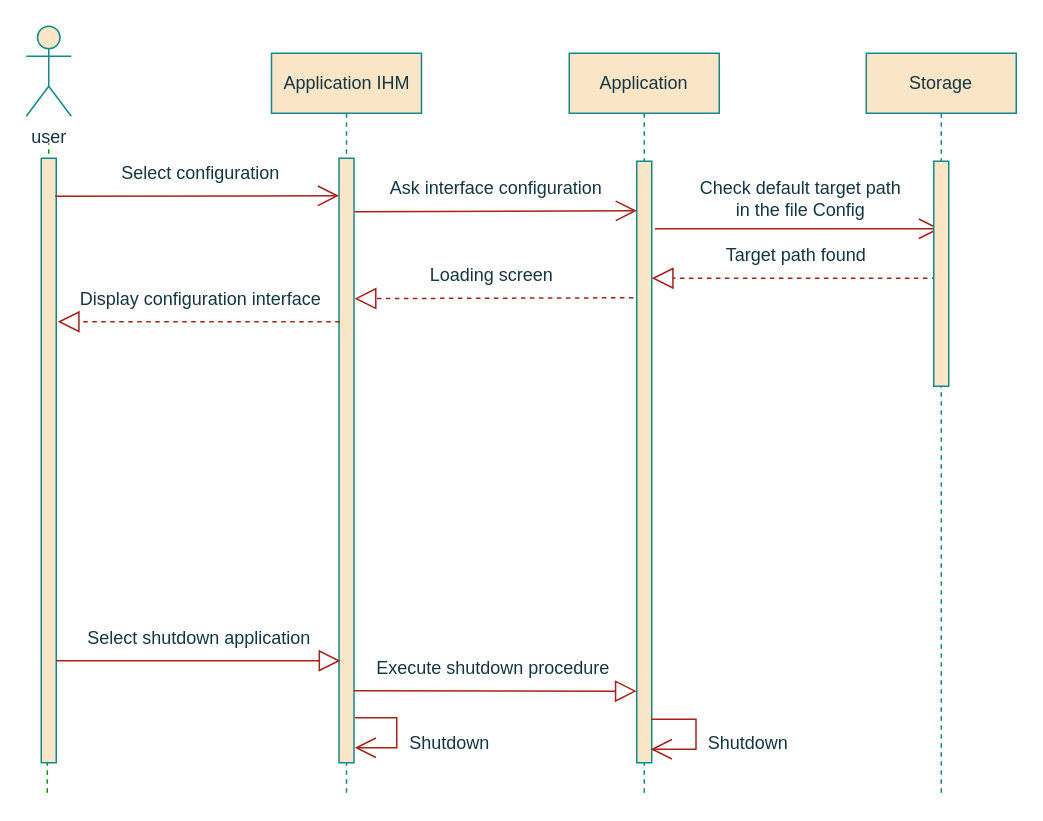
This is EasySave3.0 Configuration.drawio from Weicheng178/UML, a draw.io file, before an edit. Source tidied: cells renumbered, new cells numbered last; positions are measured from the earlier drawing's top-left corner, leaving out a move shared by most shapes. Both pictures are drawn from the tidied source at 150%, with x=0, y=0 at pixel (26, 26).
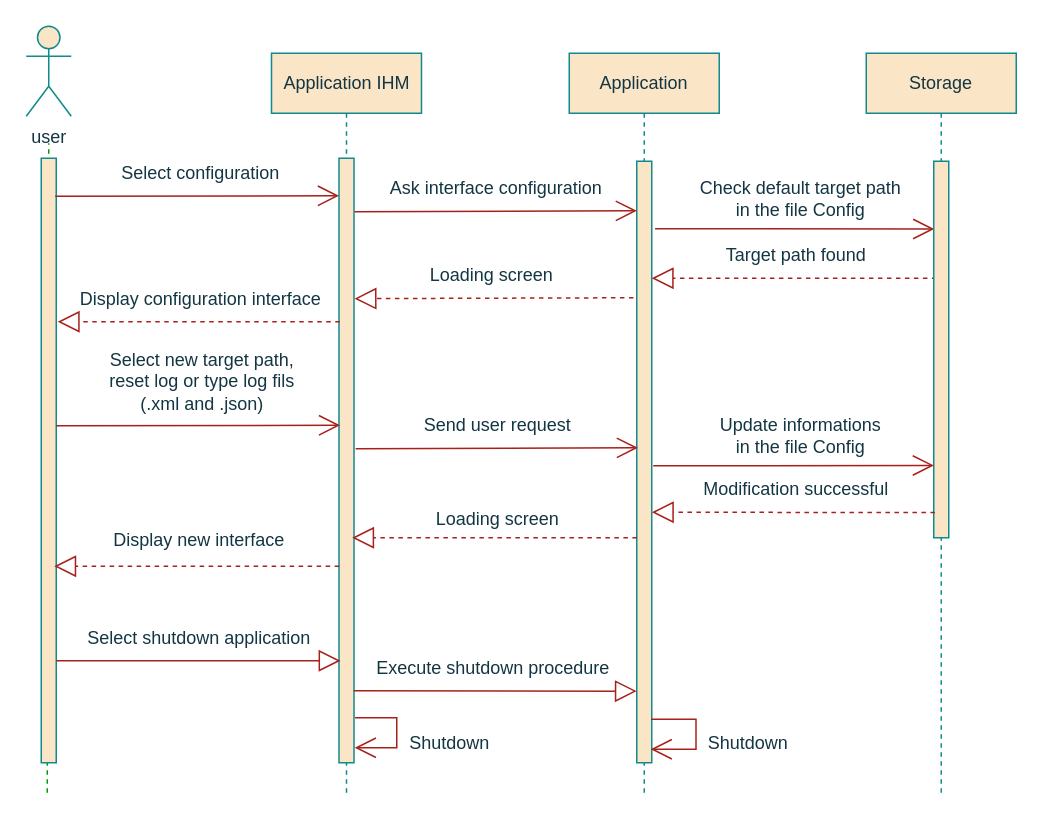
Above is the later version.

Change to the diagram source:
```diff
@@
-    <mxCell id="27" style="endArrow=open;endFill=1;endSize=12;html=1;rounded=1;labelBackgroundColor=#DAD2D8;strokeColor=#A8201A;fontColor=#143642;" parent="1" edge="1">
+    <mxCell id="27" style="endArrow=open;endFill=1;endSize=12;html=1;rounded=1;labelBackgroundColor=#DAD2D8;strokeColor=#A8201A;fontColor=#143642;entryX=0.038;entryY=0.18;entryDx=0;entryDy=0;entryPerimeter=0;" parent="1" edge="1" target="30">
       <mxGeometry relative="1" as="geometry">
         <mxPoint x="419.2" y="135" as="sourcePoint" />
-        <mxPoint x="609.2" y="135" as="targetPoint" />
       </mxGeometry>
     </mxCell>
@@
     <mxCell id="30" style="html=1;points=[];perimeter=orthogonalPerimeter;rounded=0;glass=0;labelBackgroundColor=none;fillStyle=auto;fillColor=#FAE5C7;strokeColor=#0F8B8D;fontColor=#143642;" parent="1" vertex="1">
-      <mxGeometry x="605" y="90" width="10" height="150" as="geometry" />
+      <mxGeometry x="605" y="90" width="10" height="251" as="geometry" />
     </mxCell>
+    <mxCell id="31" value="Select new target path,&lt;br&gt;reset log or type log fils&lt;br&gt;&amp;nbsp;(.xml and .json)&amp;nbsp;" style="text;html=1;align=center;verticalAlign=middle;strokeColor=none;fillColor=none;rounded=0;fontColor=#143642;" parent="1" vertex="1">
+      <mxGeometry x="41.5" y="206.9" width="150" height="60" as="geometry" />
+    </mxCell>
+    <mxCell id="32" style="endArrow=open;endFill=1;endSize=12;html=1;rounded=0;entryX=0.071;entryY=0.165;entryDx=0;entryDy=0;entryPerimeter=0;labelBackgroundColor=#DAD2D8;strokeColor=#A8201A;fontColor=#143642;" parent="1" edge="1">
+      <mxGeometry x="263.46" y="77" relative="1" as="geometry">
+        <mxPoint x="20" y="266.4" as="sourcePoint" />
+        <mxPoint x="209.2" y="266" as="targetPoint" />
+      </mxGeometry>
+    </mxCell>
+    <mxCell id="33" style="endArrow=open;endFill=1;endSize=12;html=1;rounded=0;entryX=-0.083;entryY=0.173;entryDx=0;entryDy=0;entryPerimeter=0;labelBackgroundColor=#DAD2D8;strokeColor=#A8201A;fontColor=#143642;" parent="1" edge="1">
+      <mxGeometry relative="1" as="geometry">
+        <mxPoint x="219.6" y="281.6" as="sourcePoint" />
+        <mxPoint x="407.8" y="281" as="targetPoint" />
+      </mxGeometry>
+    </mxCell>
+    <mxCell id="34" value="Send user request" style="text;html=1;align=center;verticalAlign=middle;strokeColor=none;fillColor=none;rounded=0;fontColor=#143642;" parent="1" vertex="1">
+      <mxGeometry x="253.5" y="251" width="120" height="30" as="geometry" />
+    </mxCell>
+    <mxCell id="35" value="Update informations&lt;br&gt;in the file Config" style="text;html=1;align=center;verticalAlign=middle;strokeColor=none;fillColor=none;rounded=1;fontColor=#143642;" parent="1" vertex="1">
+      <mxGeometry x="451.2" y="253" width="130" height="40" as="geometry" />
+    </mxCell>
+    <mxCell id="36" style="endArrow=open;endFill=1;endSize=12;html=1;rounded=1;labelBackgroundColor=#DAD2D8;strokeColor=#A8201A;fontColor=#143642;entryX=-0.094;entryY=0.672;entryDx=0;entryDy=0;entryPerimeter=0;" parent="1" edge="1">
+      <mxGeometry relative="1" as="geometry">
+        <mxPoint x="418" y="293" as="sourcePoint" />
+        <mxPoint x="605.1" y="292.8" as="targetPoint" />
+      </mxGeometry>
+    </mxCell>
+    <mxCell id="37" value="Modification successful" style="text;html=1;align=center;verticalAlign=middle;strokeColor=none;fillColor=none;rounded=1;fontColor=#143642;" parent="1" vertex="1">
+      <mxGeometry x="438.4" y="294" width="150" height="30" as="geometry" />
+    </mxCell>
+    <mxCell id="38" style="endArrow=block;dashed=1;endFill=0;endSize=12;html=1;rounded=1;labelBackgroundColor=#DAD2D8;strokeColor=#A8201A;fontColor=#143642;exitX=0.077;exitY=0.817;exitDx=0;exitDy=0;exitPerimeter=0;" parent="1" edge="1">
+      <mxGeometry relative="1" as="geometry">
+        <mxPoint x="605.8" y="324.2" as="sourcePoint" />
+        <mxPoint x="417.1" y="324" as="targetPoint" />
+      </mxGeometry>
+    </mxCell>
+    <mxCell id="39" value="Loading screen" style="text;html=1;align=center;verticalAlign=middle;strokeColor=none;fillColor=none;rounded=1;fontColor=#143642;" parent="1" vertex="1">
+      <mxGeometry x="258.6" y="314" width="110" height="30" as="geometry" />
+    </mxCell>
+    <mxCell id="40" style="endArrow=block;dashed=1;endFill=0;endSize=12;html=1;rounded=1;labelBackgroundColor=#DAD2D8;strokeColor=#A8201A;fontColor=#143642;" parent="1" edge="1">
+      <mxGeometry relative="1" as="geometry">
+        <mxPoint x="407.1" y="341" as="sourcePoint" />
+        <mxPoint x="217.3" y="341" as="targetPoint" />
+      </mxGeometry>
+    </mxCell>
+    <mxCell id="41" value="Display new interface" style="text;html=1;align=center;verticalAlign=middle;strokeColor=none;fillColor=none;rounded=1;fontColor=#143642;" parent="1" vertex="1">
+      <mxGeometry x="45.1" y="328" width="140" height="30" as="geometry" />
+    </mxCell>
+    <mxCell id="42" style="endArrow=block;dashed=1;endFill=0;endSize=12;html=1;rounded=1;labelBackgroundColor=#DAD2D8;strokeColor=#A8201A;fontColor=#143642;" parent="1" edge="1">
+      <mxGeometry relative="1" as="geometry">
+        <mxPoint x="208.6" y="360" as="sourcePoint" />
+        <mxPoint x="18.7" y="360" as="targetPoint" />
+      </mxGeometry>
+    </mxCell>
```
